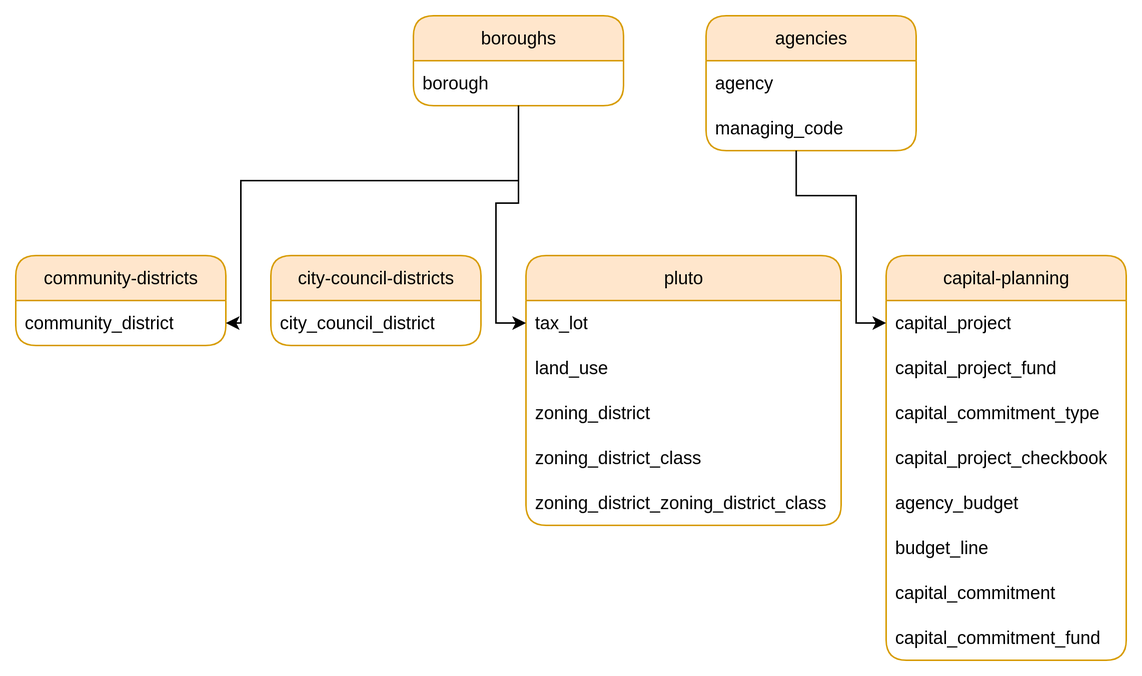
Earlier version of the draw.io export documentation/diagrams/build_table_relationship.drawio.png (NYCPlanning/ae-data-flow). Source tidied: cells renumbered, new cells last; positions are measured from the earlier drawing's top-left corner, leaving out a move shared by most shapes.
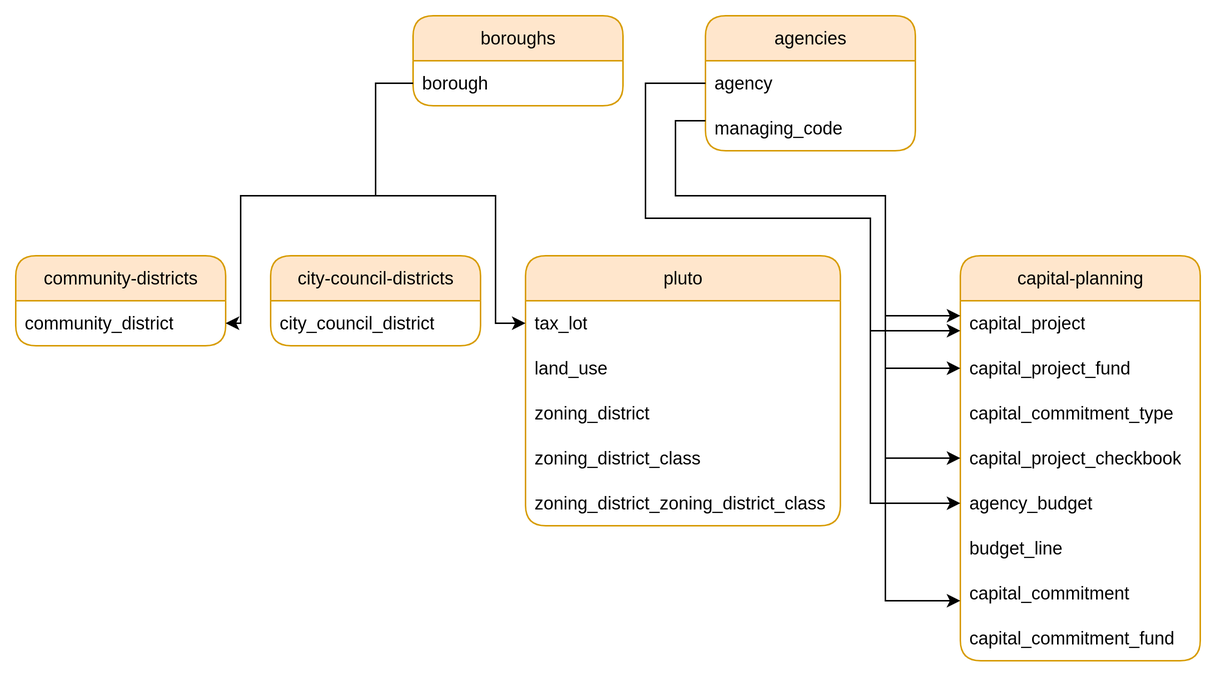
Later version of the same file.

Commit message:
point between specific tables in diagram

Diff of the diagram source:
```diff
@@ -39,7 +39,7 @@
       <mxGeometry y="150" width="210" height="30" as="geometry" />
     </mxCell>
     <mxCell id="14" value="capital-planning" style="swimlane;fontStyle=0;horizontal=1;startSize=30;whiteSpace=wrap;html=1;rounded=1;fillColor=#ffe6cc;strokeColor=#d79b00;" parent="1" vertex="1">
-      <mxGeometry x="580" y="160" width="160" height="270" as="geometry" />
+      <mxGeometry x="630" y="160" width="160" height="270" as="geometry" />
     </mxCell>
     <mxCell id="15" value="capital_project" style="text;strokeColor=none;fillColor=none;align=left;verticalAlign=middle;spacingLeft=4;spacingRight=4;overflow=hidden;points=[[0,0.5],[1,0.5]];portConstraint=eastwest;whiteSpace=wrap;html=1;" parent="14" vertex="1">
       <mxGeometry y="30" width="160" height="30" as="geometry" />
@@ -65,20 +65,21 @@
     <mxCell id="22" value="capital_commitment_fund" style="text;strokeColor=none;fillColor=none;align=left;verticalAlign=middle;spacingLeft=4;spacingRight=4;overflow=hidden;whiteSpace=wrap;html=1;" parent="14" vertex="1">
       <mxGeometry y="240" width="160" height="30" as="geometry" />
     </mxCell>
-    <mxCell id="23" style="edgeStyle=orthogonalEdgeStyle;rounded=0;jettySize=auto;html=1;exitX=0.5;exitY=1;exitDx=0;exitDy=0;exitPerimeter=0;" parent="1" edge="1" source="3" target="5">
+    <mxCell id="23" style="edgeStyle=orthogonalEdgeStyle;rounded=0;jettySize=auto;html=1;" parent="1" edge="1" target="5">
       <mxGeometry relative="1" as="geometry">
+        <mxPoint x="240" y="120" as="sourcePoint" />
         <Array as="points">
-          <mxPoint x="335" y="110" />
-          <mxPoint x="150" y="110" />
+          <mxPoint x="150" y="120" />
           <mxPoint x="150" y="205" />
         </Array>
       </mxGeometry>
     </mxCell>
-    <mxCell id="24" style="edgeStyle=orthogonalEdgeStyle;rounded=0;jettySize=auto;html=1;exitX=0.5;exitY=1;exitDx=0;exitDy=0;exitPerimeter=0;" parent="1" edge="1" source="3" target="9">
+    <mxCell id="24" style="edgeStyle=orthogonalEdgeStyle;rounded=0;jettySize=auto;html=1;exitX=0;exitY=0.5;exitDx=0;exitDy=0;exitPerimeter=0;" parent="1" edge="1" source="3" target="9">
       <mxGeometry relative="1" as="geometry">
         <Array as="points">
-          <mxPoint x="335" y="125" />
-          <mxPoint x="320" y="125" />
+          <mxPoint x="240" y="45" />
+          <mxPoint x="240" y="120" />
+          <mxPoint x="320" y="120" />
           <mxPoint x="320" y="205" />
         </Array>
       </mxGeometry>
@@ -92,14 +93,66 @@
     <mxCell id="27" value="managing_code" style="text;strokeColor=none;fillColor=none;align=left;verticalAlign=middle;spacingLeft=4;spacingRight=4;overflow=hidden;points=[[0,0.5],[1,0.5]];portConstraint=eastwest;whiteSpace=wrap;html=1;" parent="25" vertex="1">
       <mxGeometry y="60" width="140" height="30" as="geometry" />
     </mxCell>
-    <mxCell id="28" style="edgeStyle=orthogonalEdgeStyle;rounded=0;jettySize=auto;html=1;exitX=0.429;exitY=1;exitDx=0;exitDy=0;exitPerimeter=0;entryX=0;entryY=0.5;entryDx=0;entryDy=0;" parent="1" edge="1" source="27" target="15">
+    <mxCell id="28" style="edgeStyle=orthogonalEdgeStyle;rounded=0;jettySize=auto;html=1;exitX=0;exitY=0.333;exitDx=0;exitDy=0;exitPerimeter=0;strokeColor=light-dark(#000000,#CCE5FF);" parent="1" edge="1" source="27">
       <mxGeometry relative="1" as="geometry">
+        <mxPoint x="630" y="390" as="targetPoint" />
         <Array as="points">
-          <mxPoint x="520" y="120" />
-          <mxPoint x="560" y="120" />
-          <mxPoint x="560" y="205" />
+          <mxPoint x="440" y="70" />
+          <mxPoint x="440" y="120" />
+          <mxPoint x="580" y="120" />
+          <mxPoint x="580" y="390" />
         </Array>
       </mxGeometry>
     </mxCell>
+    <mxCell id="29" style="edgeStyle=orthogonalEdgeStyle;rounded=0;jettySize=auto;html=1;entryX=0;entryY=0.5;entryDx=0;entryDy=0;exitX=0;exitY=0.5;exitDx=0;exitDy=0;exitPerimeter=0;strokeColor=light-dark(#000000,#CCFFCC);" parent="1" edge="1" source="26" target="19">
+      <mxGeometry relative="1" as="geometry">
+        <Array as="points">
+          <mxPoint x="420" y="45" />
+          <mxPoint x="420" y="135" />
+          <mxPoint x="570" y="135" />
+          <mxPoint x="570" y="325" />
+        </Array>
+      </mxGeometry>
+    </mxCell>
+    <mxCell id="30" style="edgeStyle=orthogonalEdgeStyle;rounded=0;orthogonalLoop=1;jettySize=auto;html=1;strokeColor=light-dark(#000000,#CCFFCC);" parent="1" edge="1">
+      <mxGeometry relative="1" as="geometry">
+        <mxPoint x="570" y="210" as="sourcePoint" />
+        <mxPoint x="630" y="210" as="targetPoint" />
+        <Array as="points">
+          <mxPoint x="610" y="210" />
+          <mxPoint x="610" y="210" />
+        </Array>
+      </mxGeometry>
+    </mxCell>
+    <mxCell id="31" style="edgeStyle=orthogonalEdgeStyle;rounded=0;orthogonalLoop=1;jettySize=auto;html=1;strokeColor=light-dark(#000000,#CCE5FF);" parent="1" edge="1">
+      <mxGeometry relative="1" as="geometry">
+        <mxPoint x="580" y="200" as="sourcePoint" />
+        <mxPoint x="630" y="200" as="targetPoint" />
+        <Array as="points">
+          <mxPoint x="610" y="200" />
+          <mxPoint x="610" y="200" />
+        </Array>
+      </mxGeometry>
+    </mxCell>
+    <mxCell id="32" style="edgeStyle=orthogonalEdgeStyle;rounded=0;orthogonalLoop=1;jettySize=auto;html=1;strokeColor=light-dark(#000000,#CCE5FF);" parent="1" edge="1">
+      <mxGeometry relative="1" as="geometry">
+        <mxPoint x="580" y="235" as="sourcePoint" />
+        <mxPoint x="630" y="235" as="targetPoint" />
+        <Array as="points">
+          <mxPoint x="610" y="235" />
+          <mxPoint x="610" y="235" />
+        </Array>
+      </mxGeometry>
+    </mxCell>
+    <mxCell id="33" style="edgeStyle=orthogonalEdgeStyle;rounded=0;orthogonalLoop=1;jettySize=auto;html=1;strokeColor=light-dark(#000000,#CCE5FF);" parent="1" edge="1">
+      <mxGeometry relative="1" as="geometry">
+        <mxPoint x="580" y="294.9" as="sourcePoint" />
+        <mxPoint x="630" y="294.9" as="targetPoint" />
+        <Array as="points">
+          <mxPoint x="610" y="294.9" />
+          <mxPoint x="610" y="294.9" />
+        </Array>
+      </mxGeometry>
+    </mxCell>
   </root>
 </mxGraphModel>
```
